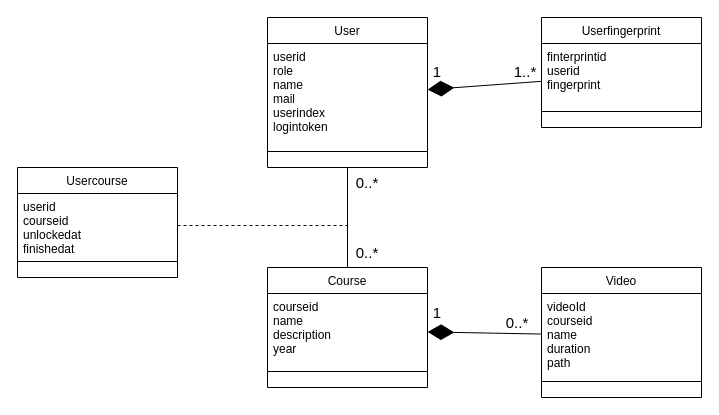
Above: folder/UML.drawio in mata998/drawio (draw.io), before the change. Source tidied: cells renumbered, new cells numbered last; positions are measured from the earlier drawing's top-left corner, leaving out a move shared by most shapes. Both pictures are drawn from the tidied source at 100%, with x=0, y=0 at pixel (17, 17).
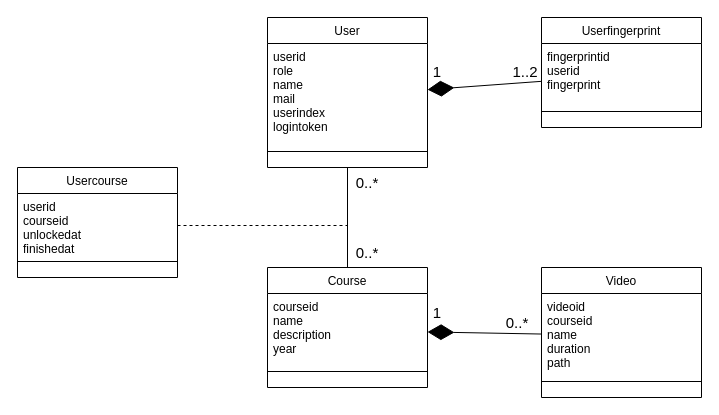
The same diagram, later.

The change refers to these unchanged cells:
```xml
<mxCell id="5" value="Userfingerprint" style="swimlane;fontStyle=0;align=center;verticalAlign=top;horizontal=1;startSize=26;rounded=0;shadow=0;strokeWidth=1;" parent="1" vertex="1">
  <mxGeometry x="524" width="160" height="110" as="geometry" />
</mxCell>
<mxCell id="11" value="Video" style="swimlane;fontStyle=0;align=center;verticalAlign=top;horizontal=1;startSize=26;rounded=0;shadow=0;strokeWidth=1;" parent="1" vertex="1">
  <mxGeometry x="524" y="250" width="160" height="130" as="geometry" />
</mxCell>
```

Change to the diagram source:
```diff
@@
-    <mxCell id="6" value="finterprintid&#10;userid&#10;fingerprint&#10; " style="text;align=left;verticalAlign=top;spacingLeft=4;spacingRight=4;overflow=hidden;points=[[0,0.5],[1,0.5]];portConstraint=eastwest;" parent="5" vertex="1">
+    <mxCell id="6" value="fingerprintid&#10;userid&#10;fingerprint&#10; " style="text;align=left;verticalAlign=top;spacingLeft=4;spacingRight=4;overflow=hidden;points=[[0,0.5],[1,0.5]];portConstraint=eastwest;" parent="5" vertex="1">
       <mxGeometry y="26" width="160" height="64" as="geometry" />
     </mxCell>
@@
-    <mxCell id="12" value="videoId&#10;courseid&#10;name&#10;duration&#10;path&#10; " style="text;align=left;verticalAlign=top;spacingLeft=4;spacingRight=4;overflow=hidden;points=[[0,0.5],[1,0.5]];portConstraint=eastwest;" parent="11" vertex="1">
+    <mxCell id="12" value="videoid&#10;courseid&#10;name&#10;duration&#10;path&#10; " style="text;align=left;verticalAlign=top;spacingLeft=4;spacingRight=4;overflow=hidden;points=[[0,0.5],[1,0.5]];portConstraint=eastwest;" parent="11" vertex="1">
       <mxGeometry y="26" width="160" height="84" as="geometry" />
     </mxCell>
@@
-    <mxCell id="23" value="1..*" style="text;html=1;strokeColor=none;fillColor=none;align=center;verticalAlign=middle;whiteSpace=wrap;rounded=0;fontSize=15;" parent="1" vertex="1">
+    <mxCell id="23" value="1..2" style="text;html=1;strokeColor=none;fillColor=none;align=center;verticalAlign=middle;whiteSpace=wrap;rounded=0;fontSize=15;" parent="1" vertex="1">
       <mxGeometry x="478" y="39" width="60" height="30" as="geometry" />
     </mxCell>
```
